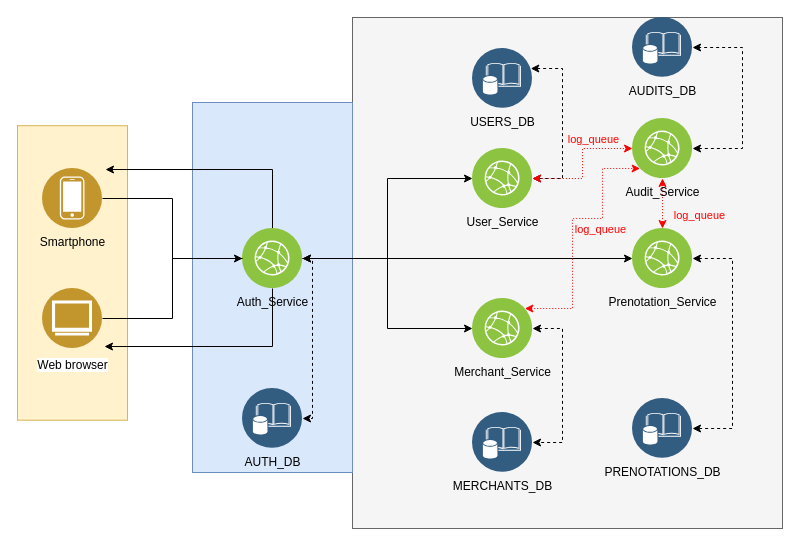
Earlier version of the draw.io diagram ceposto.drawio (decimo-digital/ceposto-app). Source tidied: cells renumbered, new cells numbered last; positions are measured from the earlier drawing's top-left corner, leaving out a move shared by most shapes. Both pictures are drawn from the tidied source at 100%, with x=0, y=0 at pixel (17, 17).
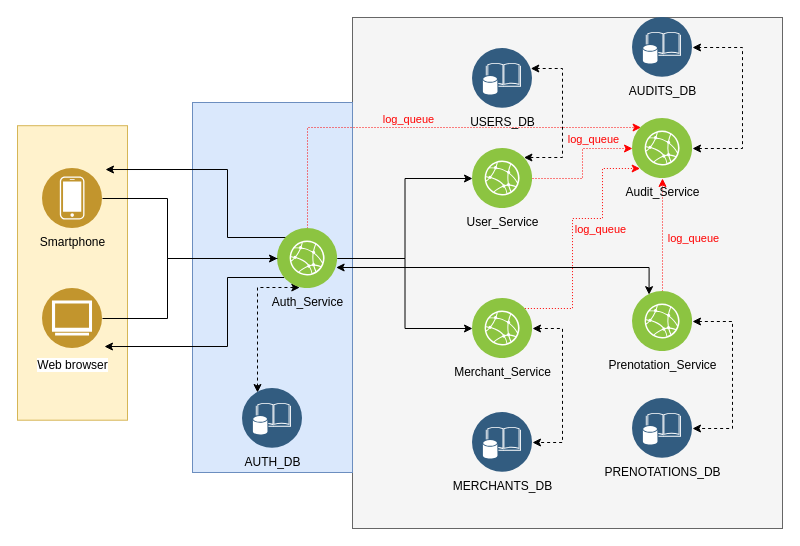
The same diagram, later.

Unchanged cells that the change refers to:
```xml
<mxCell id="20" value="User_Service" style="perimeter=ellipsePerimeter;html=1;align=center;shadow=0;dashed=0;image;image=img/lib/ibm/infrastructure/edge_services.svg;labelBackgroundColor=none;strokeColor=#666666;strokeWidth=3;fillColor=#C2952D;gradientColor=none;fontSize=12;fontColor=default;" parent="1" vertex="1">
  <mxGeometry x="455" y="131" width="60" height="60" as="geometry" />
</mxCell>
<mxCell id="21" value="AUTH_DB" style="perimeter=ellipsePerimeter;html=1;align=center;shadow=0;dashed=0;image;image=img/lib/ibm/data/enterprise_data.svg;labelBackgroundColor=none;strokeColor=#666666;strokeWidth=3;fillColor=#C2952D;gradientColor=none;fontSize=12;fontColor=default;" parent="1" vertex="1">
  <mxGeometry x="225" y="371" width="60" height="60" as="geometry" />
</mxCell>
<mxCell id="25" value="Merchant_Service" style="perimeter=ellipsePerimeter;html=1;align=center;shadow=0;dashed=0;image;image=img/lib/ibm/infrastructure/edge_services.svg;labelBackgroundColor=none;strokeColor=#666666;strokeWidth=3;fillColor=#C2952D;gradientColor=none;fontSize=12;fontColor=default;" parent="1" vertex="1">
  <mxGeometry x="455" y="281" width="60" height="60" as="geometry" />
</mxCell>
<mxCell id="27" value="USERS_DB" style="perimeter=ellipsePerimeter;html=1;align=center;shadow=0;dashed=0;image;image=img/lib/ibm/data/enterprise_data.svg;labelBackgroundColor=none;strokeColor=#666666;strokeWidth=3;fillColor=#C2952D;gradientColor=none;fontSize=12;fontColor=default;" parent="1" vertex="1">
  <mxGeometry x="455" y="31" width="60" height="60" as="geometry" />
</mxCell>
<mxCell id="32" value="PRENOTATIONS_DB" style="perimeter=ellipsePerimeter;html=1;align=center;shadow=0;dashed=0;image;image=img/lib/ibm/data/enterprise_data.svg;labelBackgroundColor=none;strokeColor=#666666;strokeWidth=3;fillColor=#C2952D;gradientColor=none;fontSize=12;fontColor=default;" parent="1" vertex="1">
  <mxGeometry x="615" y="381" width="60" height="60" as="geometry" />
</mxCell>
<mxCell id="34" value="Audit_Service" style="perimeter=ellipsePerimeter;html=1;align=center;shadow=0;dashed=0;image;image=img/lib/ibm/infrastructure/edge_services.svg;labelBackgroundColor=none;strokeColor=#666666;strokeWidth=3;fillColor=#C2952D;gradientColor=none;fontSize=12;fontColor=default;" parent="1" vertex="1">
  <mxGeometry x="615" y="101" width="60" height="60" as="geometry" />
</mxCell>
```

Diff of the diagram source:
```diff
@@
     <mxCell id="5" style="edgeStyle=orthogonalEdgeStyle;rounded=0;jettySize=auto;html=1;entryX=0;entryY=0.5;entryDx=0;entryDy=0;" parent="1" edge="1" source="6" target="15">
-      <mxGeometry relative="1" as="geometry" />
+      <mxGeometry relative="1" as="geometry">
+        <Array as="points">
+          <mxPoint x="150" y="181" />
+          <mxPoint x="150" y="241" />
+        </Array>
+      </mxGeometry>
     </mxCell>
-    <mxCell id="6" value="Smartphone" style="perimeter=ellipsePerimeter;html=1;align=center;shadow=0;dashed=0;image;image=img/lib/ibm/users/device.svg;labelBackgroundColor=none;strokeColor=#666666;strokeWidth=3;fillColor=#C2952D;gradientColor=none;fontSize=12;fontColor=default;" parent="1" vertex="1">
+    <mxCell id="6" value="Smartphone" style="perimeter=ellipsePerimeter;html=1;align=center;shadow=0;dashed=0;image;image=img/lib/ibm/users/device.svg;labelBackgroundColor=none;strokeColor=#666666;strokeWidth=3;fillColor=#C2952D;gradientColor=none;fontSize=12;fontColor=default;labelBorderColor=none;" parent="1" vertex="1">
       <mxGeometry x="25" y="151" width="60" height="60" as="geometry" />
     </mxCell>
@@
-    <mxCell id="8" value="Web browser" style="perimeter=ellipsePerimeter;html=1;align=center;shadow=0;dashed=0;fontColor=default;labelBackgroundColor=none;fontSize=12;spacingTop=3;image;image=img/lib/ibm/users/browser.svg;" parent="1" vertex="1">
+    <mxCell id="8" value="Web browser" style="perimeter=ellipsePerimeter;html=1;align=center;shadow=0;dashed=0;fontColor=default;labelBackgroundColor=#FF45A2;fontSize=12;spacingTop=3;image;image=img/lib/ibm/users/browser.svg;labelBorderColor=none;" parent="1" vertex="1">
       <mxGeometry x="25" y="271" width="60" height="60" as="geometry" />
     </mxCell>
     <mxCell id="9" style="edgeStyle=orthogonalEdgeStyle;rounded=0;jettySize=auto;html=1;entryX=1.033;entryY=0.967;entryDx=0;entryDy=0;entryPerimeter=0;" parent="1" edge="1" source="15" target="8">
       <mxGeometry relative="1" as="geometry">
         <Array as="points">
-          <mxPoint x="255" y="329" />
+          <mxPoint x="210" y="260" />
+          <mxPoint x="210" y="329" />
         </Array>
       </mxGeometry>
     </mxCell>
     <mxCell id="10" style="edgeStyle=orthogonalEdgeStyle;rounded=0;jettySize=auto;html=1;entryX=1.05;entryY=0.017;entryDx=0;entryDy=0;entryPerimeter=0;" parent="1" edge="1" source="15" target="6">
       <mxGeometry relative="1" as="geometry">
         <Array as="points">
-          <mxPoint x="255" y="152" />
+          <mxPoint x="210" y="220" />
+          <mxPoint x="210" y="152" />
         </Array>
       </mxGeometry>
     </mxCell>
     <mxCell id="11" style="edgeStyle=orthogonalEdgeStyle;rounded=0;jettySize=auto;html=1;dashed=1;startArrow=classic;startFill=1;" parent="1" edge="1" source="15" target="21">
       <mxGeometry relative="1" as="geometry">
         <Array as="points">
-          <mxPoint x="295" y="241" />
-          <mxPoint x="295" y="401" />
+          <mxPoint x="240" y="270" />
         </Array>
       </mxGeometry>
     </mxCell>
@@
-    <mxCell id="14" style="edgeStyle=orthogonalEdgeStyle;rounded=0;jettySize=auto;html=1;entryX=0;entryY=0.5;entryDx=0;entryDy=0;fontColor=default;startArrow=classic;startFill=1;strokeColor=default;" parent="1" edge="1" source="15" target="31">
-      <mxGeometry relative="1" as="geometry" />
+    <mxCell id="14" style="edgeStyle=orthogonalEdgeStyle;rounded=0;jettySize=auto;html=1;fontColor=default;startArrow=classic;startFill=1;strokeColor=default;entryX=0.25;entryY=0;entryDx=0;entryDy=0;" parent="1" edge="1" source="15" target="31">
+      <mxGeometry relative="1" as="geometry">
+        <Array as="points">
+          <mxPoint x="632" y="250" />
+        </Array>
+      </mxGeometry>
     </mxCell>
+    <mxCell id="36" style="edgeStyle=orthogonalEdgeStyle;rounded=0;jettySize=auto;html=1;dashed=1;dashPattern=1 2;labelBackgroundColor=none;fontColor=#FF0000;strokeColor=#FF0000;" parent="1" edge="1" source="15" target="34">
+      <mxGeometry relative="1" as="geometry">
+        <Array as="points">
+          <mxPoint x="290" y="110" />
+        </Array>
+      </mxGeometry>
+    </mxCell>
+    <mxCell id="37" value="log_queue" style="edgeLabel;html=1;align=center;verticalAlign=middle;labelBackgroundColor=none;fontColor=#FF0000;" parent="36" vertex="1">
+      <mxGeometry x="-0.04" y="2" relative="1" as="geometry">
+        <mxPoint x="-8" y="-7" as="offset" />
+      </mxGeometry>
+    </mxCell>
     <mxCell id="15" value="Auth_Service" style="perimeter=ellipsePerimeter;html=1;align=center;shadow=0;dashed=0;image;image=img/lib/ibm/infrastructure/edge_services.svg;labelBackgroundColor=none;strokeColor=#666666;strokeWidth=3;fillColor=#C2952D;gradientColor=none;fontSize=12;fontColor=default;" parent="1" vertex="1">
-      <mxGeometry x="225" y="211" width="60" height="60" as="geometry" />
+      <mxGeometry x="260" y="211" width="60" height="60" as="geometry" />
     </mxCell>
     <mxCell id="16" style="edgeStyle=orthogonalEdgeStyle;rounded=0;jettySize=auto;html=1;endArrow=none;" parent="1" edge="1" source="8" target="15">
       <mxGeometry relative="1" as="geometry">
         <Array as="points">
-          <mxPoint x="155" y="301" />
+          <mxPoint x="150" y="301" />
+          <mxPoint x="150" y="241" />
         </Array>
       </mxGeometry>
     </mxCell>
     <mxCell id="17" style="edgeStyle=orthogonalEdgeStyle;rounded=0;jettySize=auto;html=1;dashed=1;strokeColor=default;startArrow=classic;startFill=1;" parent="1" edge="1" source="20" target="27">
       <mxGeometry relative="1" as="geometry">
         <Array as="points">
-          <mxPoint x="545" y="161" />
+          <mxPoint x="545" y="140" />
           <mxPoint x="545" y="51" />
         </Array>
       </mxGeometry>
     </mxCell>
-    <mxCell id="18" style="edgeStyle=orthogonalEdgeStyle;rounded=0;jettySize=auto;html=1;entryX=0;entryY=0.5;entryDx=0;entryDy=0;dashed=1;fontColor=default;startArrow=classic;startFill=1;strokeColor=#FF0000;dashPattern=1 2;" parent="1" edge="1" source="20" target="34">
+    <mxCell id="18" style="edgeStyle=orthogonalEdgeStyle;rounded=0;jettySize=auto;html=1;entryX=0;entryY=0.5;entryDx=0;entryDy=0;dashed=1;fontColor=default;startArrow=none;startFill=0;strokeColor=#FF0000;dashPattern=1 2;" parent="1" edge="1" source="20" target="34">
       <mxGeometry relative="1" as="geometry" />
     </mxCell>
@@
-    <mxCell id="23" style="edgeStyle=orthogonalEdgeStyle;rounded=0;jettySize=auto;html=1;dashed=1;dashPattern=1 2;fontColor=default;startArrow=classic;startFill=1;strokeColor=#FF0000;" parent="1" edge="1" source="25" target="34">
+    <mxCell id="23" style="edgeStyle=orthogonalEdgeStyle;rounded=0;jettySize=auto;html=1;dashed=1;dashPattern=1 2;fontColor=default;startArrow=none;startFill=0;strokeColor=#FF0000;" parent="1" edge="1" source="25" target="34">
       <mxGeometry relative="1" as="geometry">
         <Array as="points">
           <mxPoint x="555" y="291" />
           <mxPoint x="555" y="201" />
           <mxPoint x="585" y="201" />
           <mxPoint x="585" y="151" />
         </Array>
       </mxGeometry>
     </mxCell>
@@
     <mxCell id="28" style="edgeStyle=orthogonalEdgeStyle;rounded=0;jettySize=auto;html=1;dashed=1;fontColor=default;startArrow=classic;startFill=1;strokeColor=default;" parent="1" edge="1" source="31" target="32">
       <mxGeometry relative="1" as="geometry">
         <Array as="points">
-          <mxPoint x="715" y="241" />
+          <mxPoint x="715" y="304" />
           <mxPoint x="715" y="411" />
         </Array>
       </mxGeometry>
     </mxCell>
-    <mxCell id="29" style="edgeStyle=orthogonalEdgeStyle;rounded=0;jettySize=auto;html=1;dashed=1;dashPattern=1 2;fontColor=default;startArrow=classic;startFill=1;strokeColor=#FF0000;" parent="1" edge="1" source="31" target="34">
+    <mxCell id="29" style="edgeStyle=orthogonalEdgeStyle;rounded=0;jettySize=auto;html=1;dashed=1;dashPattern=1 2;fontColor=default;startArrow=none;startFill=0;strokeColor=#FF0000;" parent="1" edge="1" source="31" target="34">
       <mxGeometry relative="1" as="geometry" />
     </mxCell>
     <mxCell id="30" value="log_queue" style="edgeLabel;html=1;align=center;verticalAlign=middle;fontColor=#FF0000;labelBackgroundColor=none;" parent="29" vertex="1">
       <mxGeometry x="-0.16" relative="1" as="geometry">
-        <mxPoint x="36" y="7" as="offset" />
+        <mxPoint x="30" y="-7" as="offset" />
       </mxGeometry>
     </mxCell>
     <mxCell id="31" value="Prenotation_Service" style="perimeter=ellipsePerimeter;html=1;align=center;shadow=0;dashed=0;image;image=img/lib/ibm/infrastructure/edge_services.svg;labelBackgroundColor=none;strokeColor=#666666;strokeWidth=3;fillColor=#C2952D;gradientColor=none;fontSize=12;fontColor=default;" parent="1" vertex="1">
-      <mxGeometry x="615" y="211" width="60" height="60" as="geometry" />
+      <mxGeometry x="615" y="274" width="60" height="60" as="geometry" />
     </mxCell>
```
